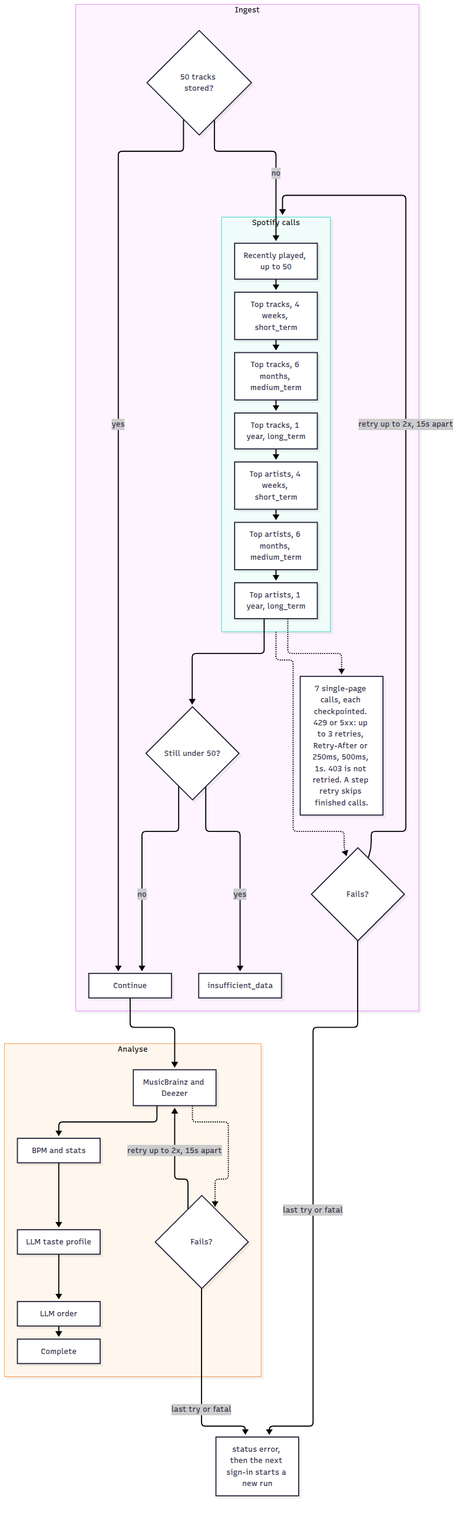
Above: docs/architecture/ingestion-workflow.png in laurence-presland/spotdonalds (Mermaid), before the change. Its source is kept beside it as docs/architecture/ingestion-workflow.mmd.
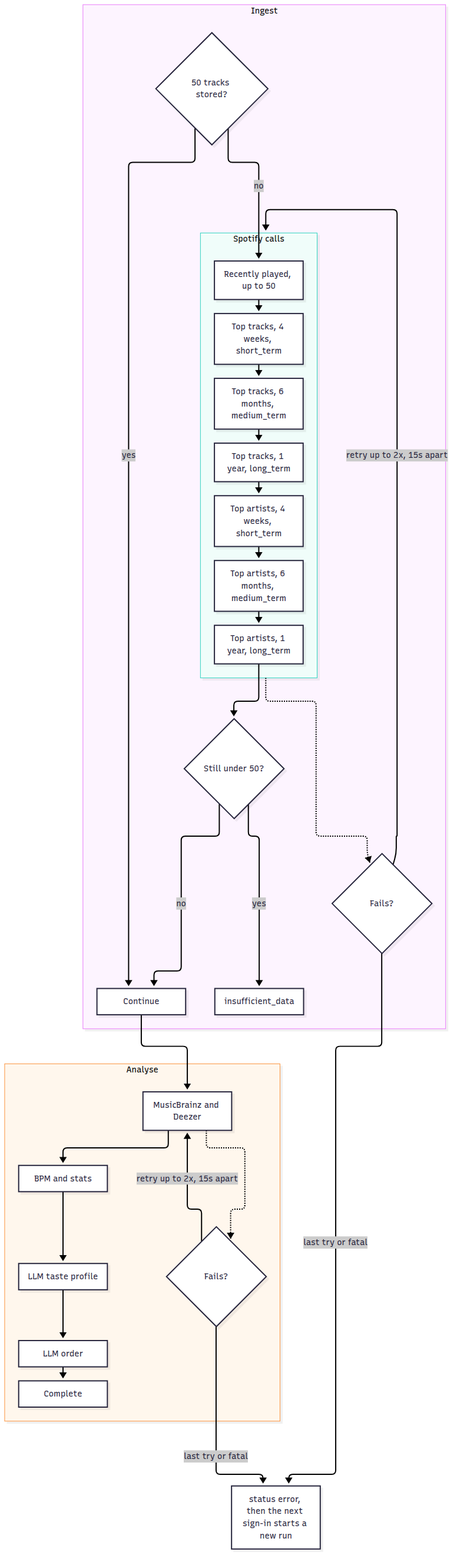
After the commit.

Commit message:
Drop the Spotify retry note from the ingestion diagram.

What changed in the source:
```diff
@@ -16,7 +16,6 @@
     still -->|no| go
     spotify -.-> iFail{"Fails?"}
     iFail -->|retry up to 2x, 15s apart| spotify
-    taLong -.-> calls["7 single-page calls, each checkpointed. 429 or 5xx: up to 3 retries, Retry-After or 250ms, 500ms, 1s. 403 is not retried. A step retry skips finished calls."]
   end
   go --> enrich
   subgraph analyse["Analyse"]
```
